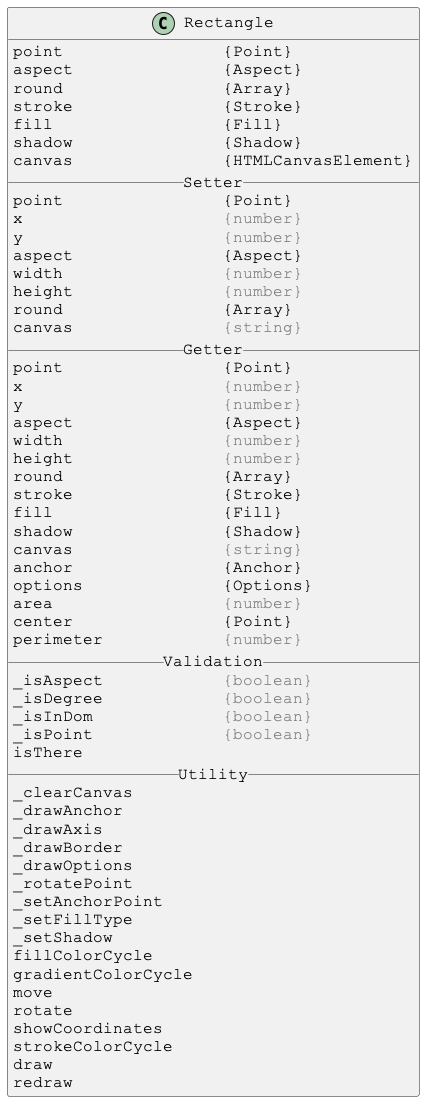
Before: docs/PlantUml/image/Rectangle.png, a diagram exported from PlantUML (Justin-Byrne/canvasLab). The source it was exported from:
```plantuml
@startuml

skinparam DefaultFontSize 16
skinparam DefaultFontName Courier New

class Rectangle {
point                {Point}
aspect               {Aspect}
round                {Array}
stroke               {Stroke}
fill                 {Fill}
shadow               {Shadow}
canvas               {HTMLCanvasElement}
__ Setter __
point                {Point}
x                    <color:gray>{number}</color>
y                    <color:gray>{number}</color>
aspect               {Aspect}
width                <color:gray>{number}</color>
height               <color:gray>{number}</color>
round                {Array}
canvas               <color:gray>{string}</color>
__ Getter __
point                {Point}
x                    <color:gray>{number}</color>
y                    <color:gray>{number}</color>
aspect               {Aspect}
width                <color:gray>{number}</color>
height               <color:gray>{number}</color>
round                {Array}
stroke               {Stroke}
fill                 {Fill}
shadow               {Shadow}
canvas               <color:gray>{string}</color>
anchor               {Anchor}
options              {Options}
area                 <color:gray>{number}</color>
center               {Point}
perimeter            <color:gray>{number}</color>
__ Validation __
_isAspect            <color:gray>{boolean}</color>
_isDegree            <color:gray>{boolean}</color>
_isInDom             <color:gray>{boolean}</color>
_isPoint             <color:gray>{boolean}</color>
isThere
__ Utility __
_clearCanvas
_drawAnchor
_drawAxis
_drawBorder
_drawOptions
_rotatePoint
_setAnchorPoint
_setFillType
_setShadow
fillColorCycle
gradientColorCycle
move
rotate
showCoordinates
strokeColorCycle
draw
redraw
}

@enduml
```
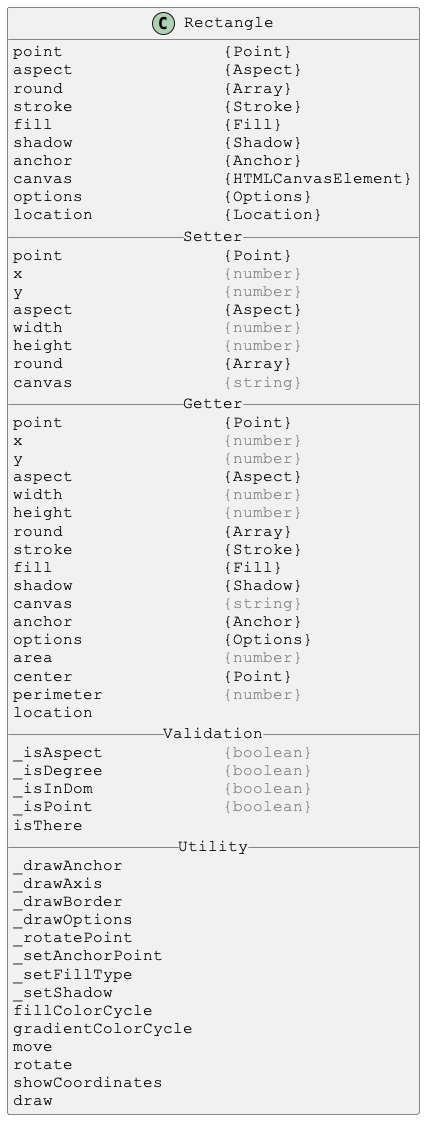
The same file after the commit.

What changed in the source:
```diff
@@ -10,7 +10,10 @@
 stroke               {Stroke}
 fill                 {Fill}
 shadow               {Shadow}
+anchor               {Anchor}
 canvas               {HTMLCanvasElement}
+options              {Options}
+location             {Location}
 __ Setter __
 point                {Point}
 x                    <color:gray>{number}</color>
@@ -37,6 +40,7 @@
 area                 <color:gray>{number}</color>
 center               {Point}
 perimeter            <color:gray>{number}</color>
+location
 __ Validation __
 _isAspect            <color:gray>{boolean}</color>
 _isDegree            <color:gray>{boolean}</color>
@@ -44,7 +48,6 @@
 _isPoint             <color:gray>{boolean}</color>
 isThere
 __ Utility __
-_clearCanvas
 _drawAnchor
 _drawAxis
 _drawBorder
@@ -58,9 +61,7 @@
 move
 rotate
 showCoordinates
-strokeColorCycle
 draw
-redraw
 }
 
 @enduml
```
